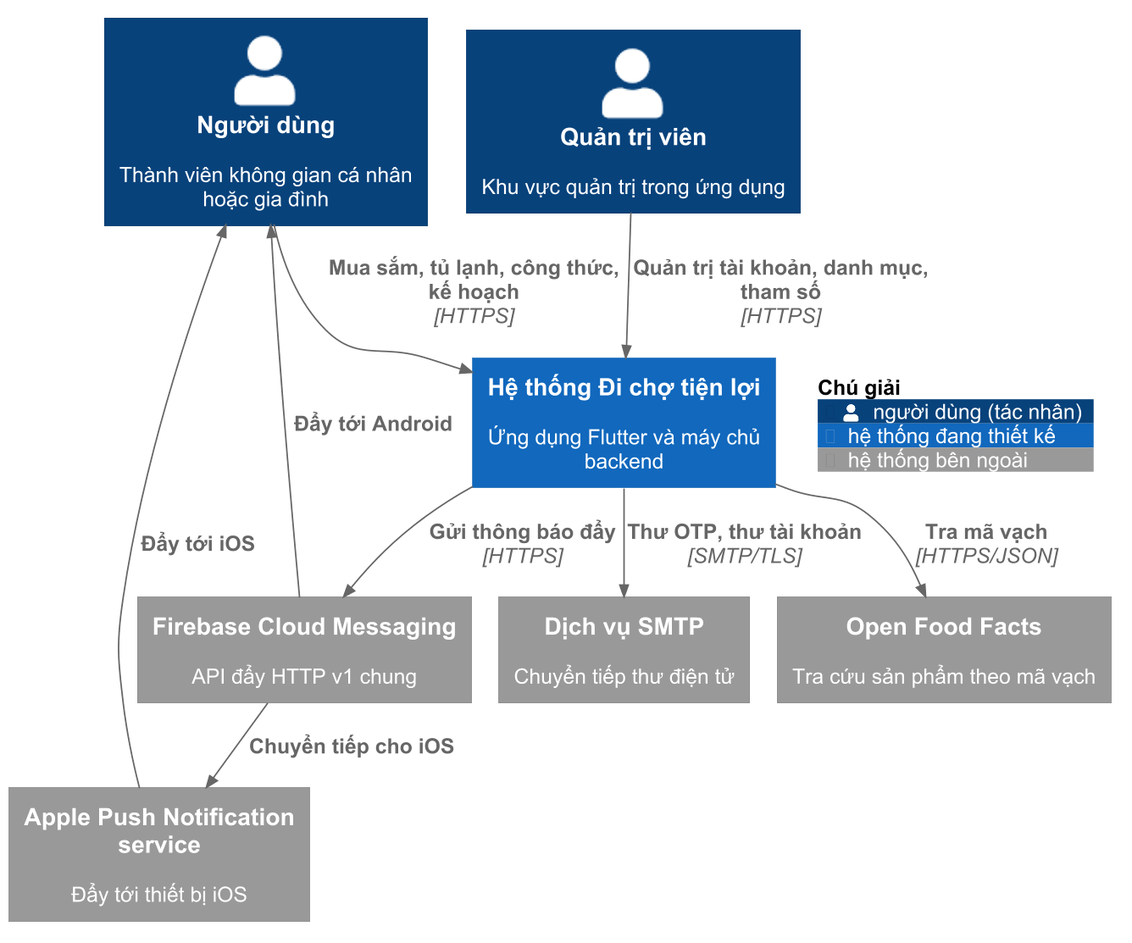
This is figures/diagrams/c3-01-c4-ngu-canh.png from PhucNguyen204/report-project, a PlantUML export, as it was before one commit. Source of this version:
```plantuml
@startuml c3-01-c4-ngu-canh
!$TECHN_FONT_SIZE = 14
!$LEGEND_TITLE_TEXT = "Chú giải"
!include <C4/C4_Context>
skinparam dpi 170
skinparam defaultFontName Arial
skinparam defaultFontSize 14
skinparam ArrowFontSize 14
skinparam wrapWidth 210
skinparam nodesep 45
skinparam ranksep 60
HIDE_STEREOTYPE()
LAYOUT_TOP_DOWN()
UpdateElementStyle("person", $legendText="người dùng (tác nhân)")
UpdateElementStyle("system", $legendText="hệ thống đang thiết kế")
UpdateElementStyle("external_system", $legendText="hệ thống bên ngoài")

Person(user, "Người dùng", "Thành viên không gian cá nhân hoặc gia đình")
Person(admin, "Quản trị viên", "Khu vực quản trị trong ứng dụng")

System(sys, "Hệ thống Đi chợ tiện lợi", "Ứng dụng Flutter và máy chủ backend")

System_Ext(fcm, "Firebase Cloud Messaging", "API đẩy HTTP v1 chung")
System_Ext(apns, "Apple Push Notification service", "Đẩy tới thiết bị iOS")
System_Ext(smtp, "Dịch vụ SMTP", "Chuyển tiếp thư điện tử")
System_Ext(off, "Open Food Facts", "Tra cứu sản phẩm theo mã vạch")

Rel_D(user, sys, "Mua sắm, tủ lạnh, công thức, kế hoạch", "HTTPS")
Rel_D(admin, sys, "Quản trị tài khoản, danh mục, tham số", "HTTPS")
Rel_D(sys, fcm, "Gửi thông báo đẩy", "HTTPS")
Rel_D(fcm, apns, "Chuyển tiếp cho iOS")
Rel_U(fcm, user, "Đẩy tới Android")
Rel_U(apns, user, "Đẩy tới iOS")
Rel_D(sys, smtp, "Thư OTP, thư tài khoản", "SMTP/TLS")
Rel_D(sys, off, "Tra mã vạch", "HTTPS/JSON")

Lay_R(user, admin)
Lay_R(fcm, smtp)
Lay_R(smtp, off)

SHOW_FLOATING_LEGEND()
Lay_D(admin, LEGEND())
@enduml
```
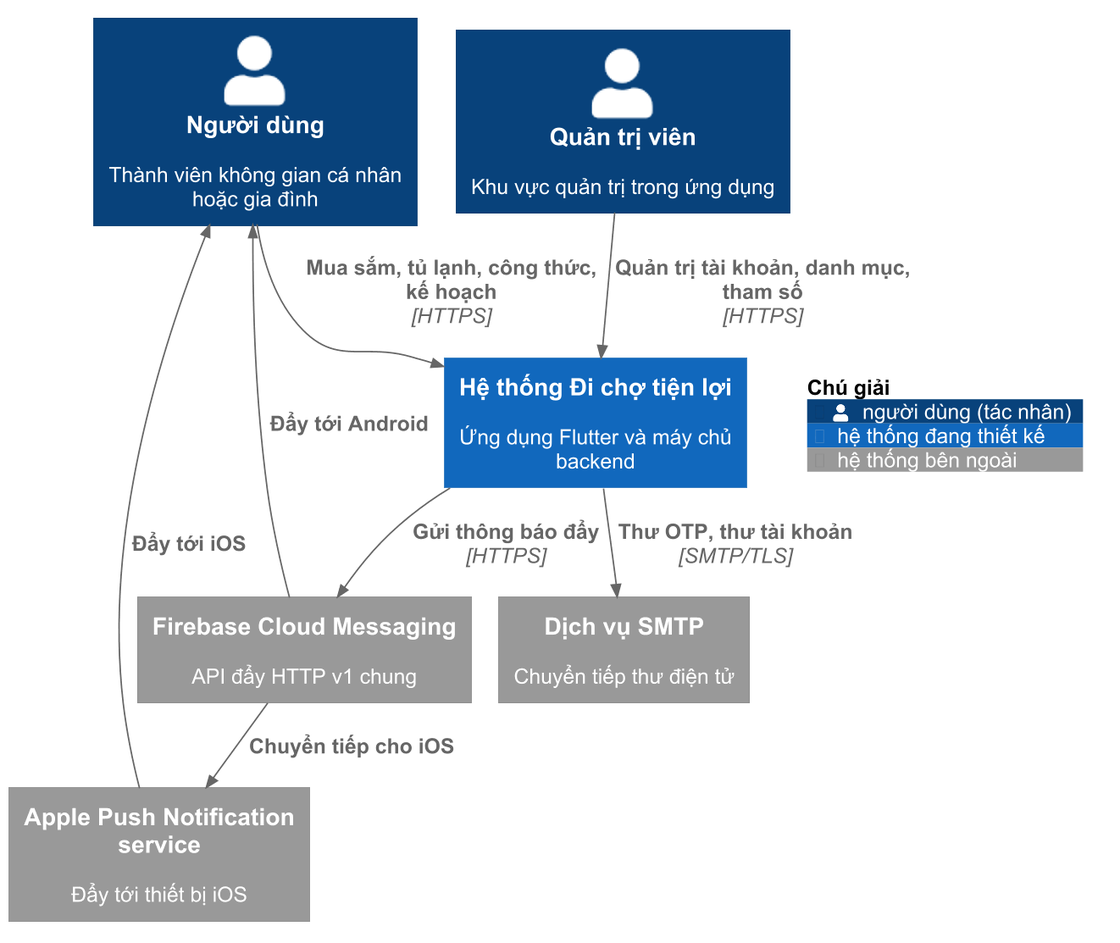
The same diagram one commit later.

Diff of the diagram source:
```diff
@@ -23,7 +23,6 @@
 System_Ext(fcm, "Firebase Cloud Messaging", "API đẩy HTTP v1 chung")
 System_Ext(apns, "Apple Push Notification service", "Đẩy tới thiết bị iOS")
 System_Ext(smtp, "Dịch vụ SMTP", "Chuyển tiếp thư điện tử")
-System_Ext(off, "Open Food Facts", "Tra cứu sản phẩm theo mã vạch")
 
 Rel_D(user, sys, "Mua sắm, tủ lạnh, công thức, kế hoạch", "HTTPS")
 Rel_D(admin, sys, "Quản trị tài khoản, danh mục, tham số", "HTTPS")
@@ -32,11 +31,9 @@
 Rel_U(fcm, user, "Đẩy tới Android")
 Rel_U(apns, user, "Đẩy tới iOS")
 Rel_D(sys, smtp, "Thư OTP, thư tài khoản", "SMTP/TLS")
-Rel_D(sys, off, "Tra mã vạch", "HTTPS/JSON")
 
 Lay_R(user, admin)
 Lay_R(fcm, smtp)
-Lay_R(smtp, off)
 
 SHOW_FLOATING_LEGEND()
 Lay_D(admin, LEGEND())
```
